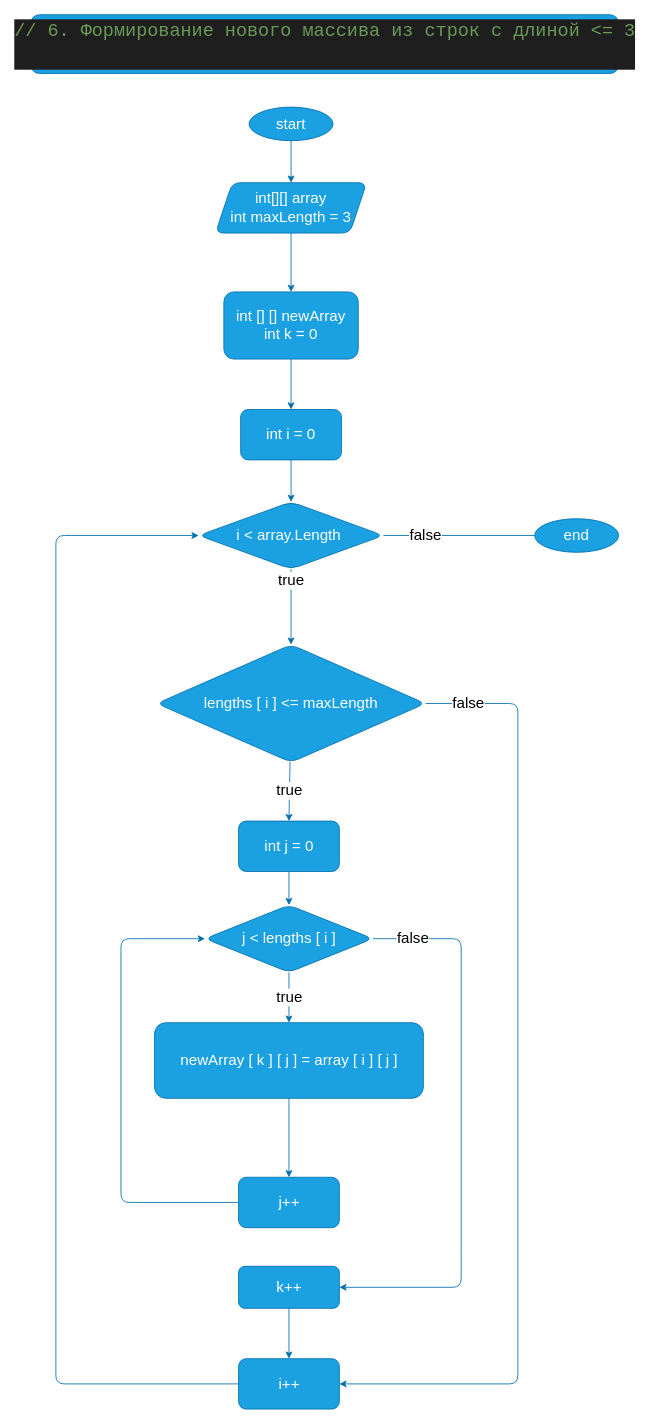
Above: task/diagrams.drawio in viridsparkle/finaltask (draw.io), before the change. Source tidied: cells renumbered, new cells numbered last; positions are measured from the earlier drawing's top-left corner, leaving out a move shared by most shapes. Both pictures are drawn from the tidied source at 84%, with x=0, y=0 at pixel (30, 14).
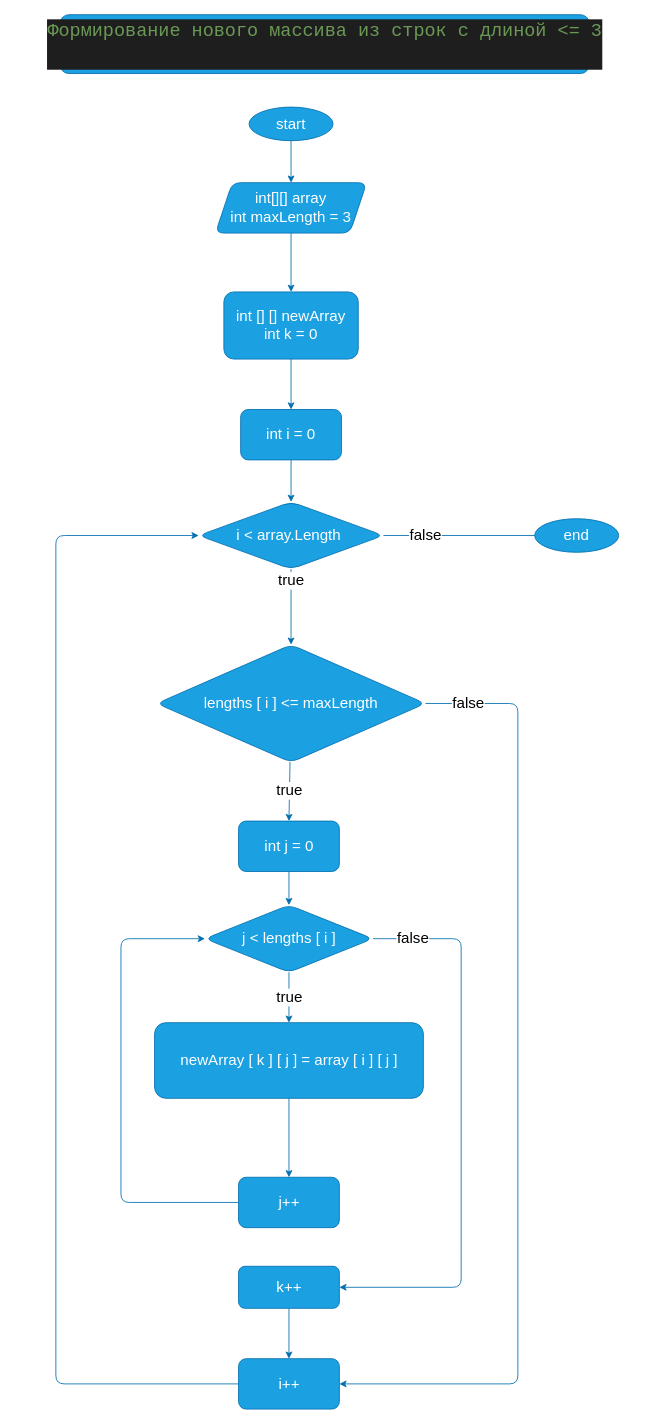
The same page after the edit.

Commit message (it also covers changes not shown here):
Добавили еще один метод, 6 метод стал методом 7

Diff of the diagram source:
```diff
@@
-    <mxCell id="2" value="&lt;div style=&quot;color: rgb(212, 212, 212); background-color: rgb(30, 30, 30); font-family: Consolas, &amp;quot;Courier New&amp;quot;, monospace; font-size: 22px; line-height: 30px;&quot;&gt;&lt;div&gt;&lt;span style=&quot;color: #6a9955;&quot;&gt;// 6. Формирование нового массива из строк с длиной &amp;lt;= 3&lt;/span&gt;&lt;/div&gt;&lt;br&gt;&lt;/div&gt;" style="text;html=1;align=center;verticalAlign=middle;strokeColor=#006EAF;fillColor=#1ba1e2;rounded=1;fontColor=#ffffff;" parent="1" vertex="1">
-      <mxGeometry width="700" height="70" as="geometry" />
+    <mxCell id="2" value="&lt;div style=&quot;color: rgb(212, 212, 212); background-color: rgb(30, 30, 30); font-family: Consolas, &amp;quot;Courier New&amp;quot;, monospace; font-size: 22px; line-height: 30px;&quot;&gt;&lt;div&gt;&lt;span style=&quot;color: #6a9955;&quot;&gt;Формирование нового массива из строк с длиной &amp;lt;= 3&lt;/span&gt;&lt;/div&gt;&lt;br&gt;&lt;/div&gt;" style="text;html=1;align=center;verticalAlign=middle;strokeColor=#006EAF;fillColor=#1ba1e2;rounded=1;fontColor=#ffffff;" parent="1" vertex="1">
+      <mxGeometry x="35" width="630" height="70" as="geometry" />
     </mxCell>
```
